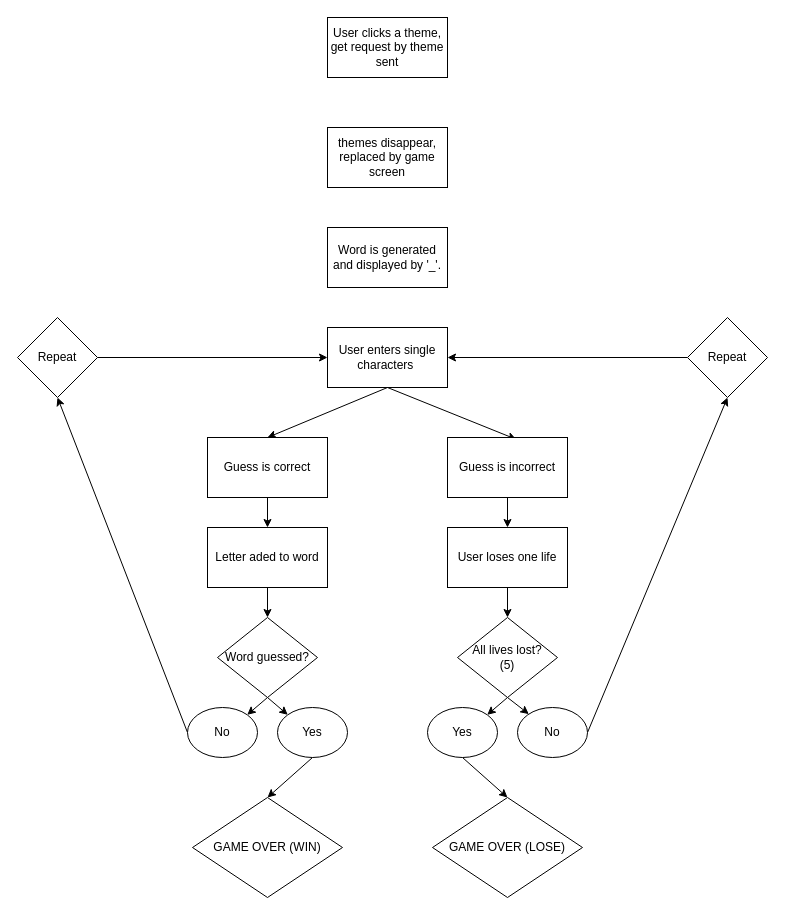
This is page "Page-3" (3 of 3) of wireframes/lowfid.drawio from Stevens-97/hangman, a draw.io file, before an edit. Source tidied: cells renumbered, new cells numbered last; positions are measured from the earlier drawing's top-left corner, leaving out a move shared by most shapes. Both pictures are drawn from the tidied source at 100%, with x=0, y=0 at pixel (17, 17).
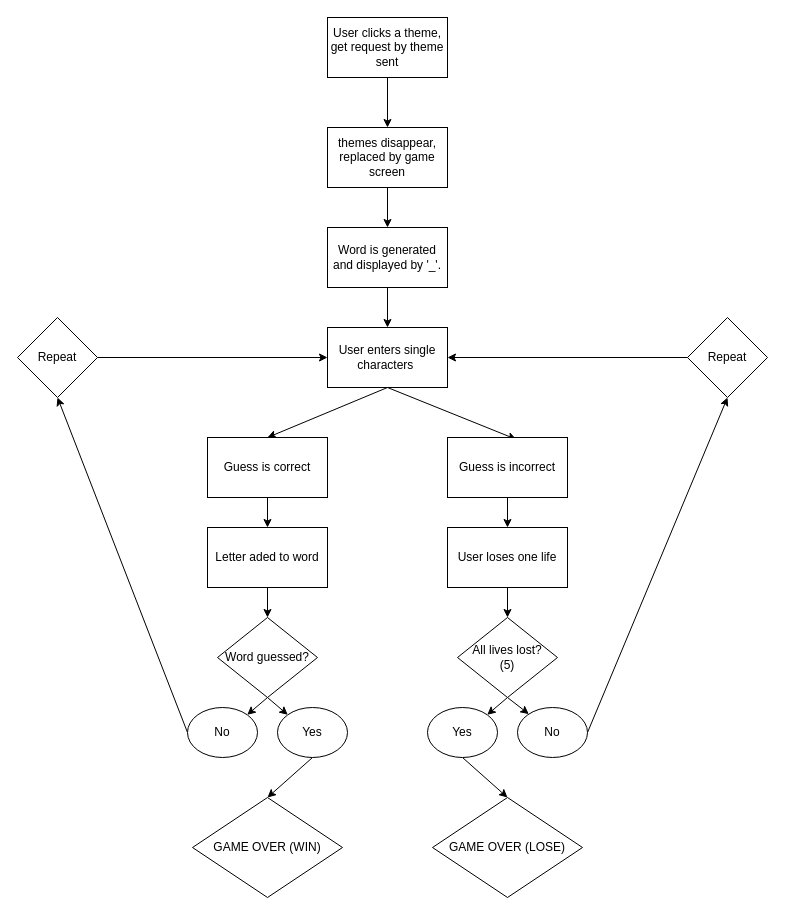
After the change.

The change refers to these unchanged cells:
```xml
<mxCell id="2" value="User clicks a theme, get request by theme sent" style="rounded=0;whiteSpace=wrap;html=1;" parent="1" vertex="1">
  <mxGeometry x="310" width="120" height="60" as="geometry" />
</mxCell>
<mxCell id="3" value="themes disappear, replaced by game screen" style="rounded=0;whiteSpace=wrap;html=1;" parent="1" vertex="1">
  <mxGeometry x="310" y="110" width="120" height="60" as="geometry" />
</mxCell>
<mxCell id="4" value="Word is generated and displayed by '_'." style="rounded=0;whiteSpace=wrap;html=1;" parent="1" vertex="1">
  <mxGeometry x="310" y="210" width="120" height="60" as="geometry" />
</mxCell>
<mxCell id="7" value="User enters single characters&amp;nbsp;" style="rounded=0;whiteSpace=wrap;html=1;" parent="1" vertex="1">
  <mxGeometry x="310" y="310" width="120" height="60" as="geometry" />
</mxCell>
```

The edit, as a diff of the source:
```diff
@@
+    <mxCell id="36" style="edgeStyle=none;html=1;exitX=0.5;exitY=1;exitDx=0;exitDy=0;entryX=0.5;entryY=0;entryDx=0;entryDy=0;" parent="1" edge="1" source="2" target="3">
+      <mxGeometry relative="1" as="geometry" />
+    </mxCell>
@@
+    <mxCell id="37" style="edgeStyle=none;html=1;exitX=0.5;exitY=1;exitDx=0;exitDy=0;entryX=0.5;entryY=0;entryDx=0;entryDy=0;" parent="1" edge="1" source="3" target="4">
+      <mxGeometry relative="1" as="geometry" />
+    </mxCell>
@@
+    <mxCell id="38" style="edgeStyle=none;html=1;exitX=0.5;exitY=1;exitDx=0;exitDy=0;entryX=0.5;entryY=0;entryDx=0;entryDy=0;" parent="1" edge="1" source="4" target="7">
+      <mxGeometry relative="1" as="geometry" />
+    </mxCell>
```
